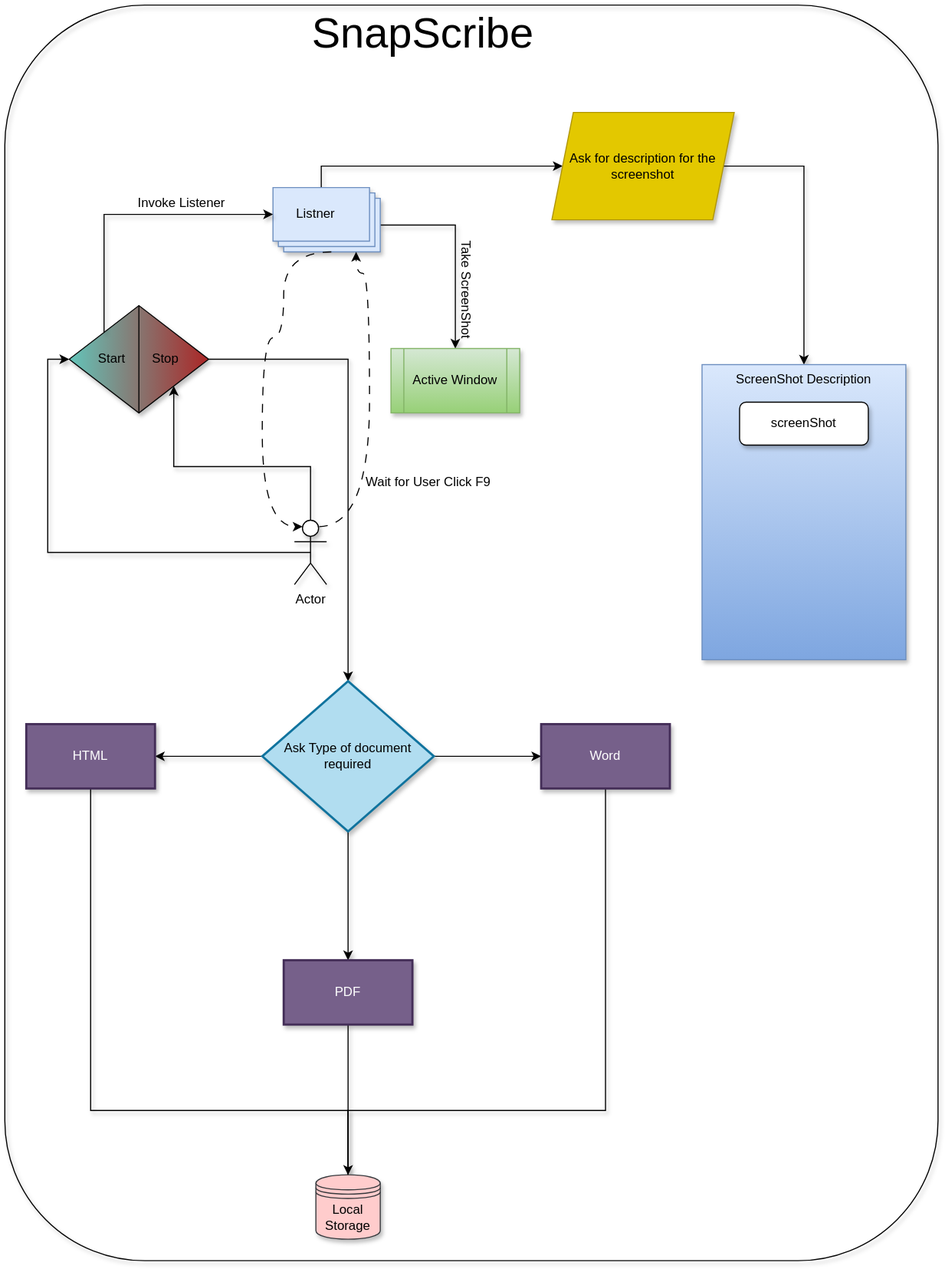
Above: images/Architecture.svg in PrecisionTestAutomation/SnapScribe (draw.io), before the change. Source tidied: cells renumbered, new cells last; positions are measured from the earlier drawing's top-left corner, leaving out a move shared by most shapes.
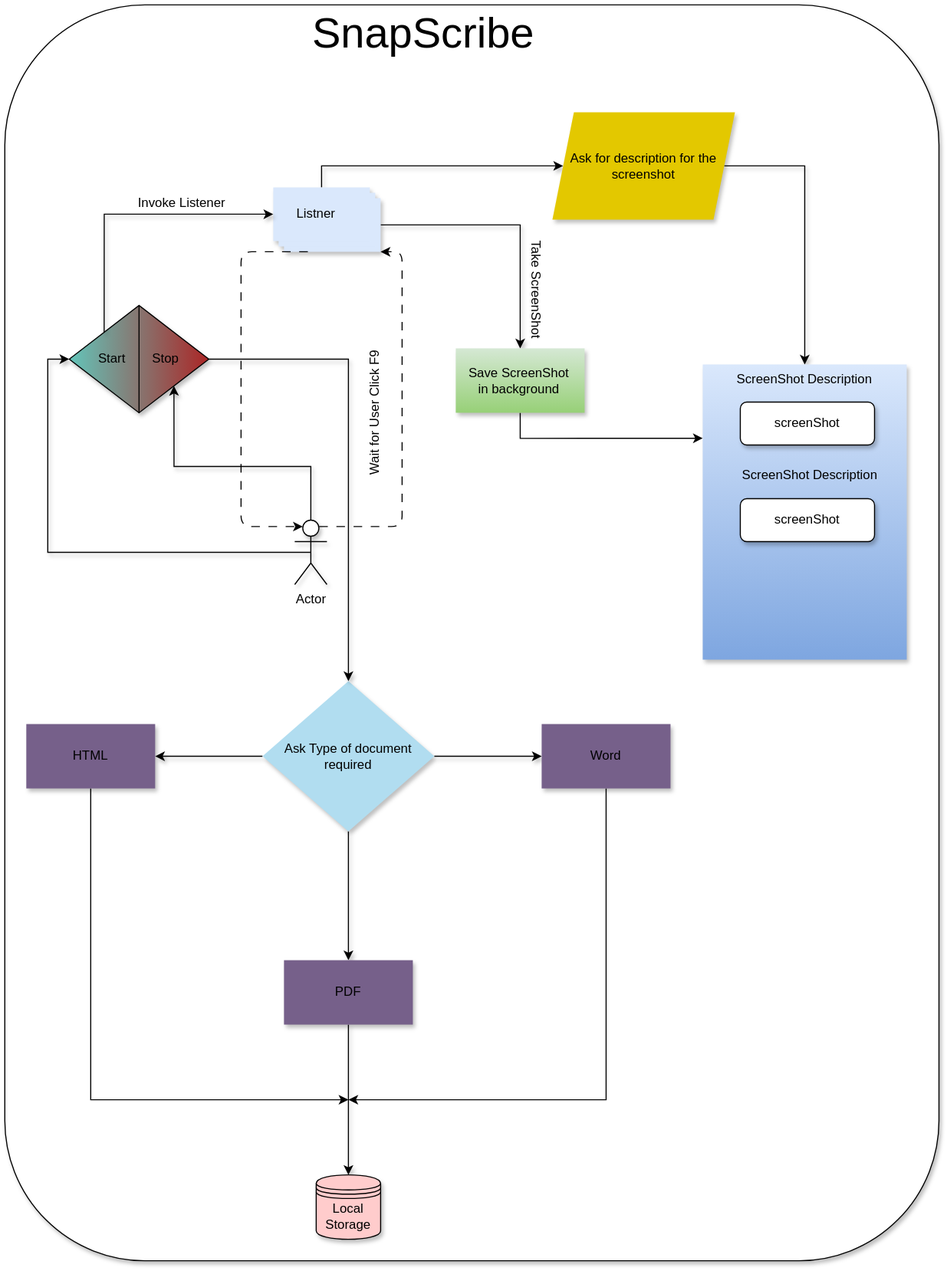
The same diagram one commit later.

Change to the diagram source:
```diff
@@ -2,146 +2,147 @@
   <root>
     <mxCell id="0" />
     <mxCell id="1" parent="0" />
-    <mxCell id="2" style="rounded=1;whiteSpace=wrap;html=1;fillColor=none;shadow=1;" parent="1" vertex="1">
+    <mxCell id="2" style="rounded=1;whiteSpace=wrap;html=1;fillColor=#FFFFFF;shadow=1;fillStyle=auto;fontColor=#000000;strokeColor=#000000;" parent="1" vertex="1">
       <mxGeometry width="870" height="1170" as="geometry" />
     </mxCell>
-    <mxCell id="3" style="edgeStyle=orthogonalEdgeStyle;rounded=0;jettySize=auto;html=1;exitX=0.5;exitY=0.5;exitDx=0;exitDy=0;exitPerimeter=0;entryX=0.5;entryY=0;entryDx=0;entryDy=0;shadow=1;" parent="1" edge="1" source="5" target="7">
+    <mxCell id="3" style="edgeStyle=orthogonalEdgeStyle;rounded=0;jettySize=auto;html=1;exitX=0.5;exitY=0.5;exitDx=0;exitDy=0;exitPerimeter=0;entryX=0.5;entryY=0;entryDx=0;entryDy=0;shadow=1;fontColor=#000000;strokeColor=#000000;" parent="1" edge="1" source="5" target="7">
       <mxGeometry relative="1" as="geometry" />
     </mxCell>
-    <mxCell id="4" style="edgeStyle=orthogonalEdgeStyle;rounded=0;jettySize=auto;html=1;exitX=0.5;exitY=0;exitDx=0;exitDy=0;exitPerimeter=0;entryX=0;entryY=1;entryDx=0;entryDy=0;shadow=1;" parent="1" edge="1" source="5" target="7">
+    <mxCell id="4" style="edgeStyle=orthogonalEdgeStyle;rounded=0;jettySize=auto;html=1;exitX=0.5;exitY=0;exitDx=0;exitDy=0;exitPerimeter=0;entryX=0;entryY=1;entryDx=0;entryDy=0;shadow=1;fontColor=#000000;strokeColor=#000000;" parent="1" edge="1" source="5" target="7">
       <mxGeometry relative="1" as="geometry" />
     </mxCell>
-    <mxCell id="5" value="Actor" style="shape=umlActor;verticalLabelPosition=bottom;verticalAlign=top;html=1;outlineConnect=0;shadow=1;" parent="1" vertex="1">
+    <mxCell id="5" value="Actor" style="shape=umlActor;verticalLabelPosition=bottom;verticalAlign=top;html=1;outlineConnect=0;shadow=1;fontColor=#000000;strokeColor=#000000;" parent="1" vertex="1">
       <mxGeometry x="270" y="480" width="30" height="60" as="geometry" />
     </mxCell>
-    <mxCell id="6" style="edgeStyle=orthogonalEdgeStyle;rounded=0;jettySize=auto;html=1;exitX=0.5;exitY=1;exitDx=0;exitDy=0;shadow=1;" parent="1" edge="1" source="7" target="25">
-      <mxGeometry relative="1" as="geometry" />
-    </mxCell>
-    <mxCell id="7" style="shape=sortShape;perimeter=rhombusPerimeter;whiteSpace=wrap;html=1;direction=west;rotation=90;fillColor=#63c5ba;gradientColor=#ab2626;strokeColor=#050505;shadow=1;" parent="1" vertex="1">
+    <mxCell id="7" style="shape=sortShape;perimeter=rhombusPerimeter;whiteSpace=wrap;html=1;direction=west;rotation=90;fillColor=#63c5ba;gradientColor=#ab2626;strokeColor=default;shadow=1;fontColor=#000000;" parent="1" vertex="1">
       <mxGeometry x="75" y="265" width="100" height="130" as="geometry" />
     </mxCell>
-    <mxCell id="8" value="Start" style="text;html=1;align=center;verticalAlign=middle;whiteSpace=wrap;rounded=0;shadow=1;" parent="1" vertex="1">
+    <mxCell id="8" value="Start" style="text;html=1;align=center;verticalAlign=middle;whiteSpace=wrap;rounded=0;shadow=1;fontColor=#000000;strokeColor=none;" parent="1" vertex="1">
       <mxGeometry x="70" y="315" width="60" height="30" as="geometry" />
     </mxCell>
-    <mxCell id="9" value="Stop" style="text;html=1;align=center;verticalAlign=middle;whiteSpace=wrap;rounded=0;shadow=1;" parent="1" vertex="1">
+    <mxCell id="9" value="Stop" style="text;html=1;align=center;verticalAlign=middle;whiteSpace=wrap;rounded=0;shadow=1;fontColor=#000000;strokeColor=none;" parent="1" vertex="1">
       <mxGeometry x="120" y="315" width="60" height="30" as="geometry" />
     </mxCell>
-    <mxCell id="10" style="edgeStyle=orthogonalEdgeStyle;rounded=0;jettySize=auto;html=1;exitX=0;exitY=0;exitDx=100;exitDy=35;exitPerimeter=0;entryX=0.5;entryY=0;entryDx=0;entryDy=0;shadow=1;" parent="1" edge="1" source="12" target="16">
+    <mxCell id="10" style="edgeStyle=orthogonalEdgeStyle;rounded=0;jettySize=auto;html=1;exitX=0;exitY=0;exitDx=100;exitDy=35;exitPerimeter=0;entryX=0.5;entryY=0;entryDx=0;entryDy=0;shadow=1;fontColor=#000000;strokeColor=#000000;" parent="1" edge="1" source="12" target="16">
       <mxGeometry relative="1" as="geometry" />
     </mxCell>
-    <mxCell id="11" style="edgeStyle=orthogonalEdgeStyle;rounded=0;jettySize=auto;html=1;exitX=0;exitY=0;exitDx=45;exitDy=0;exitPerimeter=0;shadow=1;" parent="1" edge="1" source="12" target="19">
+    <mxCell id="11" style="edgeStyle=orthogonalEdgeStyle;rounded=0;jettySize=auto;html=1;exitX=0;exitY=0;exitDx=45;exitDy=0;exitPerimeter=0;shadow=1;fontColor=#000000;strokeColor=#000000;" parent="1" edge="1" source="12" target="19">
       <mxGeometry relative="1" as="geometry" />
     </mxCell>
-    <mxCell id="12" style="verticalLabelPosition=bottom;verticalAlign=top;html=1;shape=mxgraph.basic.layered_rect;dx=10;outlineConnect=0;whiteSpace=wrap;fillColor=#dae8fc;strokeColor=#6c8ebf;shadow=1;" parent="1" vertex="1">
+    <mxCell id="12" style="verticalLabelPosition=bottom;verticalAlign=top;html=1;shape=mxgraph.basic.layered_rect;dx=10;outlineConnect=0;whiteSpace=wrap;fillColor=#dae8fc;strokeColor=none;shadow=1;fontColor=#000000;" parent="1" vertex="1">
       <mxGeometry x="250" y="170" width="100" height="60" as="geometry" />
     </mxCell>
-    <mxCell id="13" style="edgeStyle=orthogonalEdgeStyle;rounded=0;jettySize=auto;html=1;exitX=1;exitY=0;exitDx=0;exitDy=0;entryX=0;entryY=0;entryDx=0;entryDy=25;entryPerimeter=0;shadow=1;" parent="1" edge="1" source="7" target="12">
+    <mxCell id="13" style="edgeStyle=orthogonalEdgeStyle;rounded=0;jettySize=auto;html=1;exitX=1;exitY=0;exitDx=0;exitDy=0;entryX=0;entryY=0;entryDx=0;entryDy=25;entryPerimeter=0;shadow=1;fontColor=#000000;strokeColor=#000000;" parent="1" edge="1" source="7" target="12">
       <mxGeometry relative="1" as="geometry">
         <Array as="points">
           <mxPoint x="93" y="195" />
         </Array>
       </mxGeometry>
     </mxCell>
-    <mxCell id="14" value="Listner" style="text;html=1;align=center;verticalAlign=middle;whiteSpace=wrap;rounded=0;shadow=1;" parent="1" vertex="1">
+    <mxCell id="14" value="Listner" style="text;html=1;align=center;verticalAlign=middle;whiteSpace=wrap;rounded=0;shadow=1;fontColor=#000000;strokeColor=none;" parent="1" vertex="1">
       <mxGeometry x="260" y="180" width="60" height="30" as="geometry" />
     </mxCell>
-    <mxCell id="15" value="Invoke Listener" style="text;html=1;align=center;verticalAlign=middle;whiteSpace=wrap;rounded=0;shadow=1;" parent="1" vertex="1">
+    <mxCell id="15" value="Invoke Listener" style="text;html=1;align=center;verticalAlign=middle;whiteSpace=wrap;rounded=0;shadow=1;fontColor=#000000;strokeColor=none;" parent="1" vertex="1">
       <mxGeometry x="110" y="170" width="110" height="30" as="geometry" />
     </mxCell>
+    <mxCell id="38" style="edgeStyle=orthogonalEdgeStyle;rounded=0;jettySize=auto;html=1;exitX=0.5;exitY=1;exitDx=0;exitDy=0;entryX=0;entryY=0.25;entryDx=0;entryDy=0;fontColor=#000000;strokeColor=#000000;" parent="1" edge="1" source="16" target="20">
+      <mxGeometry relative="1" as="geometry" />
+    </mxCell>
-    <mxCell id="16" value="Active Window" style="shape=process;whiteSpace=wrap;html=1;backgroundOutline=1;fillColor=#d5e8d4;gradientColor=#97d077;strokeColor=#82b366;shadow=1;" parent="1" vertex="1">
-      <mxGeometry x="360" y="320" width="120" height="60" as="geometry" />
+    <mxCell id="16" value="Save ScreenShot in background" style="shape=process;whiteSpace=wrap;html=1;backgroundOutline=1;fillColor=#d5e8d4;gradientColor=#97d077;strokeColor=none;shadow=1;fontColor=#000000;" parent="1" vertex="1">
+      <mxGeometry x="420" y="320" width="120" height="60" as="geometry" />
     </mxCell>
-    <mxCell id="17" value="Take ScreenShot" style="text;html=1;align=center;verticalAlign=middle;strokeColor=none;fillColor=none;rotation=90;shadow=1;" parent="1" vertex="1">
-      <mxGeometry x="375" y="250" width="110" height="30" as="geometry" />
+    <mxCell id="17" value="Take ScreenShot" style="text;html=1;align=center;verticalAlign=middle;strokeColor=none;fillColor=none;rotation=90;shadow=1;fontColor=#000000;" parent="1" vertex="1">
+      <mxGeometry x="440" y="250" width="110" height="30" as="geometry" />
     </mxCell>
-    <mxCell id="18" style="edgeStyle=orthogonalEdgeStyle;rounded=0;jettySize=auto;html=1;exitX=1;exitY=0.5;exitDx=0;exitDy=0;entryX=0.5;entryY=0;entryDx=0;entryDy=0;shadow=1;" parent="1" edge="1" source="19" target="20">
+    <mxCell id="18" style="edgeStyle=orthogonalEdgeStyle;rounded=0;jettySize=auto;html=1;exitX=1;exitY=0.5;exitDx=0;exitDy=0;entryX=0.5;entryY=0;entryDx=0;entryDy=0;shadow=1;fontColor=#000000;strokeColor=#000000;" parent="1" edge="1" source="19" target="20">
       <mxGeometry relative="1" as="geometry">
         <Array as="points">
           <mxPoint x="745" y="150" />
         </Array>
       </mxGeometry>
     </mxCell>
-    <mxCell id="19" value="Ask for description for the screenshot" style="shape=parallelogram;perimeter=parallelogramPerimeter;whiteSpace=wrap;html=1;fixedSize=1;fillColor=#e3c800;fontColor=#000000;strokeColor=#B09500;shadow=1;" parent="1" vertex="1">
+    <mxCell id="19" value="Ask for description for the screenshot" style="shape=parallelogram;perimeter=parallelogramPerimeter;whiteSpace=wrap;html=1;fixedSize=1;fillColor=#e3c800;fontColor=#000000;strokeColor=none;shadow=1;" parent="1" vertex="1">
       <mxGeometry x="510" y="100" width="170" height="100" as="geometry" />
     </mxCell>
-    <mxCell id="20" value="ScreenShot Description&lt;div&gt;&lt;br&gt;&lt;/div&gt;" style="rounded=0;whiteSpace=wrap;html=1;align=center;verticalAlign=top;fillColor=#dae8fc;gradientColor=#7ea6e0;strokeColor=#6c8ebf;shadow=1;" parent="1" vertex="1">
+    <mxCell id="20" value="&lt;font&gt;ScreenShot Description&lt;/font&gt;&lt;div&gt;&lt;br&gt;&lt;/div&gt;" style="rounded=0;whiteSpace=wrap;html=1;align=center;verticalAlign=top;fillColor=#dae8fc;gradientColor=#7ea6e0;strokeColor=none;shadow=1;fontColor=#000000;" parent="1" vertex="1">
       <mxGeometry x="650" y="335" width="190" height="275" as="geometry" />
     </mxCell>
-    <mxCell id="21" value="screenShot" style="rounded=1;whiteSpace=wrap;html=1;shadow=1;" parent="1" vertex="1">
-      <mxGeometry x="685" y="370" width="120" height="40" as="geometry" />
+    <mxCell id="21" value="screenShot" style="rounded=1;whiteSpace=wrap;html=1;shadow=1;fontColor=#000000;strokeColor=#000000;" parent="1" vertex="1">
+      <mxGeometry x="685" y="370" width="125" height="40" as="geometry" />
     </mxCell>
-    <mxCell id="22" style="edgeStyle=orthogonalEdgeStyle;rounded=0;jettySize=auto;html=1;shadow=1;" parent="1" edge="1" source="25" target="27">
+    <mxCell id="22" style="edgeStyle=orthogonalEdgeStyle;rounded=0;jettySize=auto;html=1;shadow=1;fontColor=#000000;strokeColor=#000000;" parent="1" edge="1" source="25" target="27">
       <mxGeometry relative="1" as="geometry" />
     </mxCell>
-    <mxCell id="23" style="edgeStyle=orthogonalEdgeStyle;rounded=0;jettySize=auto;html=1;shadow=1;" parent="1" edge="1" source="25" target="29">
+    <mxCell id="23" style="edgeStyle=orthogonalEdgeStyle;rounded=0;jettySize=auto;html=1;shadow=1;fontColor=#000000;strokeColor=#000000;" parent="1" edge="1" source="25" target="29">
       <mxGeometry relative="1" as="geometry" />
     </mxCell>
-    <mxCell id="24" style="edgeStyle=orthogonalEdgeStyle;rounded=0;jettySize=auto;html=1;shadow=1;" parent="1" edge="1" source="25" target="31">
+    <mxCell id="24" style="edgeStyle=orthogonalEdgeStyle;rounded=0;jettySize=auto;html=1;shadow=1;fontColor=#000000;strokeColor=#000000;" parent="1" edge="1" source="25" target="31">
       <mxGeometry relative="1" as="geometry" />
     </mxCell>
-    <mxCell id="25" value="Ask Type of document required" style="strokeWidth=2;html=1;shape=mxgraph.flowchart.decision;whiteSpace=wrap;fillColor=#b1ddf0;strokeColor=#10739e;shadow=1;" parent="1" vertex="1">
+    <mxCell id="25" value="Ask Type of document required" style="strokeWidth=2;html=1;shape=mxgraph.flowchart.decision;whiteSpace=wrap;fillColor=#b1ddf0;strokeColor=none;shadow=1;fontColor=#000000;" parent="1" vertex="1">
       <mxGeometry x="240" y="630" width="160" height="140" as="geometry" />
     </mxCell>
-    <mxCell id="26" style="edgeStyle=orthogonalEdgeStyle;rounded=0;jettySize=auto;html=1;exitX=0.5;exitY=1;exitDx=0;exitDy=0;shadow=1;" parent="1" edge="1" source="27">
-      <mxGeometry relative="1" as="geometry">
-        <mxPoint x="320" y="1110" as="targetPoint" />
-        <Array as="points">
-          <mxPoint x="560" y="1030" />
-          <mxPoint x="320" y="1030" />
-        </Array>
-      </mxGeometry>
-    </mxCell>
+    <mxCell id="39" style="edgeStyle=orthogonalEdgeStyle;rounded=0;jettySize=auto;html=1;exitX=0.5;exitY=1;exitDx=0;exitDy=0;strokeColor=#000000;fontColor=#000000;" parent="1" edge="1" source="27">
+      <mxGeometry relative="1" as="geometry">
+        <mxPoint x="320" y="1020" as="targetPoint" />
+        <Array as="points">
+          <mxPoint x="560" y="1020" />
+        </Array>
+      </mxGeometry>
+    </mxCell>
-    <mxCell id="27" value="Word" style="whiteSpace=wrap;html=1;strokeWidth=2;fillColor=#76608a;fontColor=#ffffff;strokeColor=#432D57;shadow=1;" parent="1" vertex="1">
+    <mxCell id="27" value="Word" style="whiteSpace=wrap;html=1;strokeWidth=2;fillColor=#76608a;fontColor=#000000;strokeColor=none;shadow=1;" parent="1" vertex="1">
       <mxGeometry x="500" y="670" width="120" height="60" as="geometry" />
     </mxCell>
-    <mxCell id="28" style="edgeStyle=orthogonalEdgeStyle;rounded=0;jettySize=auto;html=1;exitX=0.5;exitY=1;exitDx=0;exitDy=0;shadow=1;" parent="1" edge="1" source="29" target="32">
+    <mxCell id="28" style="edgeStyle=orthogonalEdgeStyle;rounded=0;jettySize=auto;html=1;exitX=0.5;exitY=1;exitDx=0;exitDy=0;shadow=1;fontColor=#000000;strokeColor=#000000;" parent="1" edge="1" source="29" target="32">
       <mxGeometry relative="1" as="geometry" />
     </mxCell>
-    <mxCell id="29" value="PDF" style="whiteSpace=wrap;html=1;strokeWidth=2;fillColor=#76608a;fontColor=#ffffff;strokeColor=#432D57;shadow=1;" parent="1" vertex="1">
+    <mxCell id="29" value="PDF" style="whiteSpace=wrap;html=1;strokeWidth=2;fillColor=#76608a;fontColor=#000000;strokeColor=none;shadow=1;" parent="1" vertex="1">
       <mxGeometry x="260" y="890" width="120" height="60" as="geometry" />
     </mxCell>
-    <mxCell id="30" style="edgeStyle=orthogonalEdgeStyle;rounded=0;jettySize=auto;html=1;exitX=0.5;exitY=1;exitDx=0;exitDy=0;shadow=1;" parent="1" edge="1" source="31">
-      <mxGeometry relative="1" as="geometry">
-        <mxPoint x="320" y="1110" as="targetPoint" />
-        <Array as="points">
-          <mxPoint x="80" y="1030" />
-          <mxPoint x="320" y="1030" />
-        </Array>
-      </mxGeometry>
-    </mxCell>
+    <mxCell id="40" style="edgeStyle=orthogonalEdgeStyle;rounded=0;jettySize=auto;html=1;exitX=0.5;exitY=1;exitDx=0;exitDy=0;strokeColor=#000000;fontColor=#000000;" parent="1" edge="1" source="31">
+      <mxGeometry relative="1" as="geometry">
+        <mxPoint x="320" y="1020" as="targetPoint" />
+        <Array as="points">
+          <mxPoint x="80" y="1020" />
+        </Array>
+      </mxGeometry>
+    </mxCell>
-    <mxCell id="31" value="HTML" style="whiteSpace=wrap;html=1;strokeWidth=2;fillColor=#76608a;fontColor=#ffffff;strokeColor=#432D57;shadow=1;" parent="1" vertex="1">
+    <mxCell id="31" value="HTML" style="whiteSpace=wrap;html=1;strokeWidth=2;fillColor=#76608a;fontColor=#000000;strokeColor=none;shadow=1;" parent="1" vertex="1">
       <mxGeometry x="20" y="670" width="120" height="60" as="geometry" />
     </mxCell>
-    <mxCell id="32" value="Local Storage" style="shape=datastore;whiteSpace=wrap;html=1;fillColor=#ffcccc;strokeColor=#36393d;shadow=1;" parent="1" vertex="1">
+    <mxCell id="32" value="Local Storage" style="shape=datastore;whiteSpace=wrap;html=1;fillColor=#ffcccc;strokeColor=default;shadow=1;fontColor=#000000;" parent="1" vertex="1">
       <mxGeometry x="290" y="1090" width="60" height="60" as="geometry" />
     </mxCell>
-    <mxCell id="33" value="&lt;font style=&quot;font-size: 40px;&quot;&gt;SnapScribe&lt;/font&gt;" style="text;html=1;align=center;verticalAlign=middle;whiteSpace=wrap;rounded=0;shadow=1;" parent="1" vertex="1">
+    <mxCell id="33" value="&lt;font style=&quot;font-size: 40px;&quot;&gt;SnapScribe&lt;/font&gt;" style="text;html=1;align=center;verticalAlign=middle;whiteSpace=wrap;rounded=0;shadow=1;fontColor=#000000;strokeColor=none;" parent="1" vertex="1">
       <mxGeometry x="360" y="10" width="60" height="30" as="geometry" />
     </mxCell>
-    <mxCell id="34" style="rounded=0;jettySize=auto;html=1;exitX=0;exitY=0;exitDx=32.5;exitDy=60;exitPerimeter=0;entryX=0.5;entryY=0;entryDx=0;entryDy=0;entryPerimeter=0;strokeColor=none;" parent="1" edge="1" source="12" target="5">
-      <mxGeometry relative="1" as="geometry" />
-    </mxCell>
-    <mxCell id="35" style="edgeStyle=orthogonalEdgeStyle;rounded=0;jettySize=auto;html=1;exitX=0;exitY=0;exitDx=55;exitDy=60;exitPerimeter=0;entryX=0.25;entryY=0.1;entryDx=0;entryDy=0;entryPerimeter=0;flowAnimation=1;curved=1;" parent="1" edge="1" source="12" target="5">
-      <mxGeometry relative="1" as="geometry">
-        <Array as="points">
-          <mxPoint x="260" y="230" />
-          <mxPoint x="260" y="310" />
-          <mxPoint x="240" y="310" />
-          <mxPoint x="240" y="486" />
-        </Array>
-      </mxGeometry>
-    </mxCell>
+    <mxCell id="41" value="screenShot" style="rounded=1;whiteSpace=wrap;html=1;shadow=1;fontColor=#000000;strokeColor=#000000;" parent="1" vertex="1">
+      <mxGeometry x="685" y="460" width="125" height="40" as="geometry" />
+    </mxCell>
+    <mxCell id="42" value="ScreenShot Description&lt;div&gt;&lt;br&gt;&lt;/div&gt;" style="text;html=1;align=center;verticalAlign=middle;whiteSpace=wrap;rounded=0;fontColor=#000000;strokeColor=none;" parent="1" vertex="1">
+      <mxGeometry x="685" y="430" width="130" height="30" as="geometry" />
+    </mxCell>
+    <mxCell id="37" value="Wait for User Click F9" style="text;html=1;align=center;verticalAlign=middle;whiteSpace=wrap;rounded=0;fontColor=#000000;strokeColor=none;rotation=-90;" parent="1" vertex="1">
+      <mxGeometry x="270" y="365" width="150" height="30" as="geometry" />
+    </mxCell>
-    <mxCell id="36" style="edgeStyle=orthogonalEdgeStyle;rounded=0;jettySize=auto;html=1;exitX=0.75;exitY=0.1;exitDx=0;exitDy=0;exitPerimeter=0;entryX=0;entryY=0;entryDx=77.5;entryDy=60;entryPerimeter=0;curved=1;flowAnimation=1;" parent="1" edge="1" source="5" target="12">
+    <mxCell id="36" style="edgeStyle=orthogonalEdgeStyle;rounded=1;jettySize=auto;html=1;exitX=0.75;exitY=0.1;exitDx=0;exitDy=0;exitPerimeter=0;entryX=0;entryY=0;entryDx=100;entryDy=60;entryPerimeter=0;curved=0;flowAnimation=1;strokeColor=#000000;fontColor=#000000;" parent="1" edge="1" source="5" target="12">
       <mxGeometry relative="1" as="geometry">
         <Array as="points">
-          <mxPoint x="340" y="486" />
-          <mxPoint x="340" y="250" />
-          <mxPoint x="328" y="250" />
+          <mxPoint x="370" y="486" />
+          <mxPoint x="370" y="230" />
         </Array>
       </mxGeometry>
     </mxCell>
-    <mxCell id="37" value="Wait for User Click F9" style="text;html=1;align=center;verticalAlign=middle;whiteSpace=wrap;rounded=0;" parent="1" vertex="1">
-      <mxGeometry x="320" y="430" width="150" height="30" as="geometry" />
-    </mxCell>
+    <mxCell id="6" style="edgeStyle=orthogonalEdgeStyle;rounded=0;jettySize=auto;html=1;exitX=0.5;exitY=1;exitDx=0;exitDy=0;shadow=1;fontColor=#000000;strokeColor=#000000;" parent="1" edge="1" source="7" target="25">
+      <mxGeometry relative="1" as="geometry" />
+    </mxCell>
+    <mxCell id="43" style="edgeStyle=orthogonalEdgeStyle;rounded=1;jettySize=auto;html=1;exitX=0;exitY=0;exitDx=32.5;exitDy=60;exitPerimeter=0;entryX=0.25;entryY=0.1;entryDx=0;entryDy=0;entryPerimeter=0;flowAnimation=1;strokeColor=#000000;curved=0;fontColor=#000000;" parent="1" edge="1" source="12" target="5">
+      <mxGeometry relative="1" as="geometry">
+        <Array as="points">
+          <mxPoint x="220" y="230" />
+          <mxPoint x="220" y="486" />
+        </Array>
+      </mxGeometry>
+    </mxCell>
   </root>
 </mxGraphModel>
```
